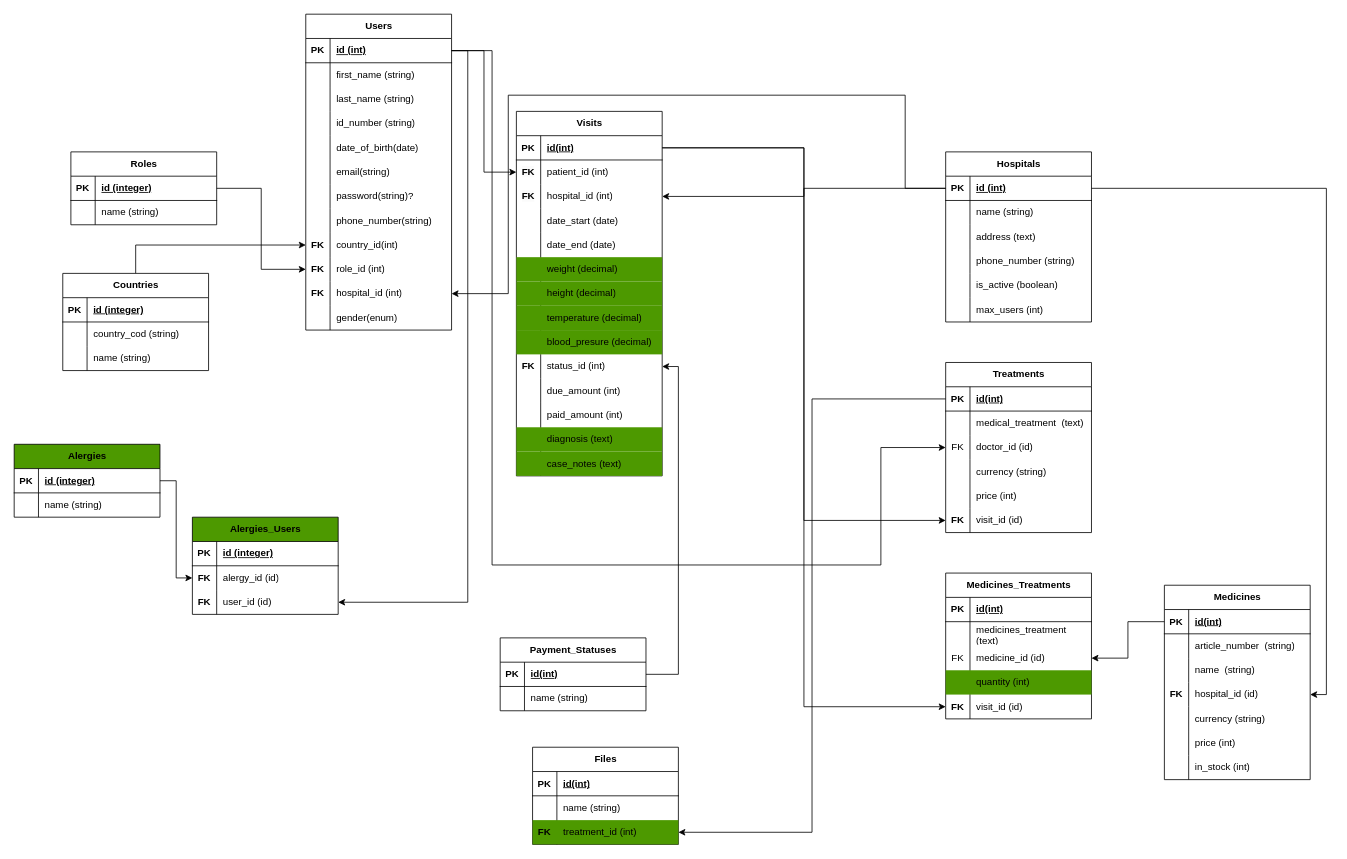
Earlier version of the draw.io diagram Untitled Diagram.drawio (fao30/hospital-management-be). Source tidied: cells renumbered, new cells numbered last; positions are measured from the earlier drawing's top-left corner, leaving out a move shared by most shapes. Both pictures are drawn from the tidied source at 81%, with x=0, y=0 at pixel (14, 14).
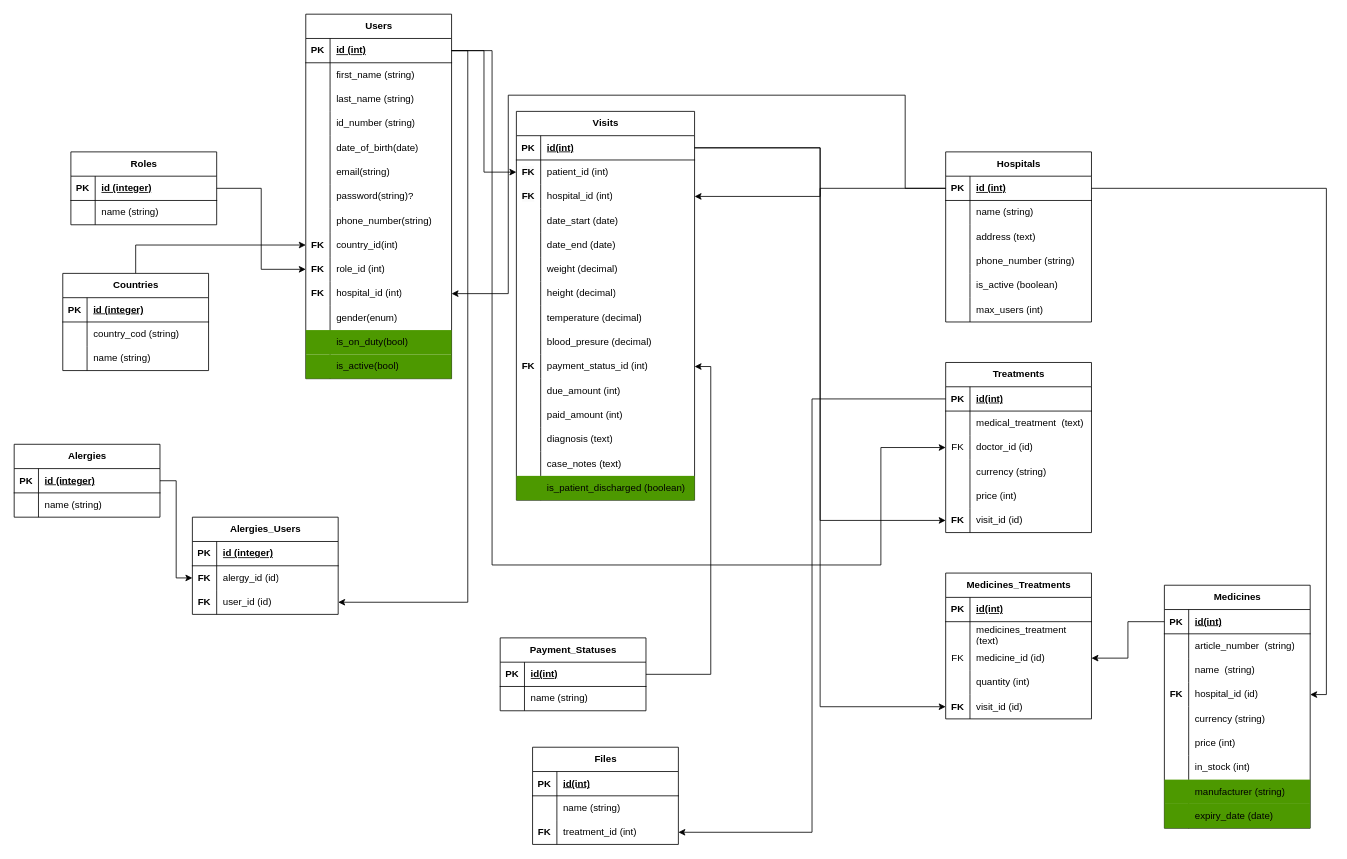
After the change.

Diff of the diagram source:
```diff
@@
     <mxCell id="28" value="Users" style="shape=table;startSize=30;childLayout=tableLayout;rowLines=0;fontStyle=1;align=center;html=1;" parent="1" vertex="1">
-      <mxGeometry x="360" width="180" height="390" as="geometry" />
+      <mxGeometry x="360" width="180" height="450" as="geometry" />
     </mxCell>
@@
+    <mxCell id="223" style="shape=tableRow;horizontal=0;startSize=0;swimlaneHead=0;swimlaneBody=0;fillColor=#4D9900;top=0;left=0;right=0;bottom=0;" parent="28" vertex="1">
+      <mxGeometry y="390" width="180" height="30" as="geometry" />
+    </mxCell>
+    <mxCell id="224" style="shape=partialRectangle;fillColor=none;top=0;left=0;bottom=0;right=0;overflow=hidden;whiteSpace=wrap;html=1;" parent="223" vertex="1">
+      <mxGeometry width="30" height="30" as="geometry" />
+    </mxCell>
+    <mxCell id="225" value="is_on_duty(bool)" style="shape=partialRectangle;fillColor=none;top=0;left=0;bottom=0;right=0;align=left;spacingLeft=6;overflow=hidden;whiteSpace=wrap;html=1;" parent="223" vertex="1">
+      <mxGeometry x="30" width="150" height="30" as="geometry" />
+    </mxCell>
+    <mxCell id="226" style="shape=tableRow;horizontal=0;startSize=0;swimlaneHead=0;swimlaneBody=0;fillColor=#4D9900;top=0;left=0;right=0;bottom=0;" parent="28" vertex="1">
+      <mxGeometry y="420" width="180" height="30" as="geometry" />
+    </mxCell>
+    <mxCell id="227" style="shape=partialRectangle;fillColor=none;top=0;left=0;bottom=0;right=0;overflow=hidden;whiteSpace=wrap;html=1;" parent="226" vertex="1">
+      <mxGeometry width="30" height="30" as="geometry" />
+    </mxCell>
+    <mxCell id="228" value="is_active(bool)" style="shape=partialRectangle;fillColor=none;top=0;left=0;bottom=0;right=0;align=left;spacingLeft=6;overflow=hidden;whiteSpace=wrap;html=1;" parent="226" vertex="1">
+      <mxGeometry x="30" width="150" height="30" as="geometry" />
+    </mxCell>
@@
     <mxCell id="77" value="Visits" style="shape=table;startSize=30;childLayout=tableLayout;rowLines=0;fontStyle=1;align=center;html=1;" parent="1" vertex="1">
-      <mxGeometry x="620" y="120" width="180" height="450" as="geometry" />
+      <mxGeometry x="620" y="120" width="220" height="480" as="geometry" />
     </mxCell>
     <mxCell id="78" style="shape=tableRow;horizontal=0;startSize=0;swimlaneHead=0;swimlaneBody=0;fillColor=none;points=[[0,0.5],[1,0.5]];portConstraint=eastwest;top=0;left=0;right=0;bottom=1;" parent="77" vertex="1">
-      <mxGeometry y="30" width="180" height="30" as="geometry" />
+      <mxGeometry y="30" width="220" height="30" as="geometry" />
     </mxCell>
@@
     <mxCell id="80" value="id(int)" style="shape=partialRectangle;fillColor=none;top=0;left=0;bottom=0;right=0;align=left;spacingLeft=6;fontStyle=5;overflow=hidden;whiteSpace=wrap;html=1;" parent="78" vertex="1">
-      <mxGeometry x="30" width="150" height="30" as="geometry" />
+      <mxGeometry x="30" width="190" height="30" as="geometry" />
     </mxCell>
     <mxCell id="81" style="shape=tableRow;horizontal=0;startSize=0;swimlaneHead=0;swimlaneBody=0;fillColor=none;points=[[0,0.5],[1,0.5]];portConstraint=eastwest;top=0;left=0;right=0;bottom=0;" parent="77" vertex="1">
-      <mxGeometry y="60" width="180" height="30" as="geometry" />
+      <mxGeometry y="60" width="220" height="30" as="geometry" />
     </mxCell>
@@
     <mxCell id="83" value="patient_id (int)" style="shape=partialRectangle;fillColor=none;top=0;left=0;bottom=0;right=0;align=left;spacingLeft=6;overflow=hidden;whiteSpace=wrap;html=1;" parent="81" vertex="1">
-      <mxGeometry x="30" width="150" height="30" as="geometry" />
+      <mxGeometry x="30" width="190" height="30" as="geometry" />
     </mxCell>
     <mxCell id="84" style="shape=tableRow;horizontal=0;startSize=0;swimlaneHead=0;swimlaneBody=0;fillColor=none;points=[[0,0.5],[1,0.5]];portConstraint=eastwest;top=0;left=0;right=0;bottom=0;" parent="77" vertex="1">
-      <mxGeometry y="90" width="180" height="30" as="geometry" />
+      <mxGeometry y="90" width="220" height="30" as="geometry" />
     </mxCell>
@@
     <mxCell id="86" value="hospital_id (int)" style="shape=partialRectangle;fillColor=none;top=0;left=0;bottom=0;right=0;align=left;spacingLeft=6;overflow=hidden;whiteSpace=wrap;html=1;" parent="84" vertex="1">
-      <mxGeometry x="30" width="150" height="30" as="geometry" />
+      <mxGeometry x="30" width="190" height="30" as="geometry" />
     </mxCell>
     <mxCell id="87" style="shape=tableRow;horizontal=0;startSize=0;swimlaneHead=0;swimlaneBody=0;fillColor=none;top=0;left=0;right=0;bottom=0;" parent="77" vertex="1">
-      <mxGeometry y="120" width="180" height="30" as="geometry" />
+      <mxGeometry y="120" width="220" height="30" as="geometry" />
     </mxCell>
@@
     <mxCell id="89" value="date_start (date)" style="shape=partialRectangle;fillColor=none;top=0;left=0;bottom=0;right=0;align=left;spacingLeft=6;overflow=hidden;whiteSpace=wrap;html=1;" parent="87" vertex="1">
-      <mxGeometry x="30" width="150" height="30" as="geometry" />
+      <mxGeometry x="30" width="190" height="30" as="geometry" />
     </mxCell>
     <mxCell id="90" style="shape=tableRow;horizontal=0;startSize=0;swimlaneHead=0;swimlaneBody=0;fillColor=none;top=0;left=0;right=0;bottom=0;" parent="77" vertex="1">
-      <mxGeometry y="150" width="180" height="30" as="geometry" />
+      <mxGeometry y="150" width="220" height="30" as="geometry" />
     </mxCell>
@@
     <mxCell id="92" value="date_end (date)" style="shape=partialRectangle;fillColor=none;top=0;left=0;bottom=0;right=0;align=left;spacingLeft=6;overflow=hidden;whiteSpace=wrap;html=1;" parent="90" vertex="1">
-      <mxGeometry x="30" width="150" height="30" as="geometry" />
+      <mxGeometry x="30" width="190" height="30" as="geometry" />
     </mxCell>
-    <mxCell id="93" style="shape=tableRow;horizontal=0;startSize=0;swimlaneHead=0;swimlaneBody=0;fillColor=#4D9900;top=0;left=0;right=0;bottom=0;" parent="77" vertex="1">
-      <mxGeometry y="180" width="180" height="30" as="geometry" />
+    <mxCell id="93" style="shape=tableRow;horizontal=0;startSize=0;swimlaneHead=0;swimlaneBody=0;fillColor=none;top=0;left=0;right=0;bottom=0;" parent="77" vertex="1">
+      <mxGeometry y="180" width="220" height="30" as="geometry" />
     </mxCell>
@@
     <mxCell id="95" value="weight (decimal)" style="shape=partialRectangle;fillColor=none;top=0;left=0;bottom=0;right=0;align=left;spacingLeft=6;overflow=hidden;whiteSpace=wrap;html=1;" parent="93" vertex="1">
-      <mxGeometry x="30" width="150" height="30" as="geometry" />
+      <mxGeometry x="30" width="190" height="30" as="geometry" />
     </mxCell>
-    <mxCell id="96" style="shape=tableRow;horizontal=0;startSize=0;swimlaneHead=0;swimlaneBody=0;fillColor=#4D9900;top=0;left=0;right=0;bottom=0;" parent="77" vertex="1">
-      <mxGeometry y="210" width="180" height="30" as="geometry" />
+    <mxCell id="96" style="shape=tableRow;horizontal=0;startSize=0;swimlaneHead=0;swimlaneBody=0;fillColor=none;top=0;left=0;right=0;bottom=0;" parent="77" vertex="1">
+      <mxGeometry y="210" width="220" height="30" as="geometry" />
     </mxCell>
@@
     <mxCell id="98" value="height (decimal)" style="shape=partialRectangle;fillColor=none;top=0;left=0;bottom=0;right=0;align=left;spacingLeft=6;overflow=hidden;whiteSpace=wrap;html=1;" parent="96" vertex="1">
-      <mxGeometry x="30" width="150" height="30" as="geometry" />
+      <mxGeometry x="30" width="190" height="30" as="geometry" />
     </mxCell>
-    <mxCell id="99" style="shape=tableRow;horizontal=0;startSize=0;swimlaneHead=0;swimlaneBody=0;fillColor=#4D9900;top=0;left=0;right=0;bottom=0;" parent="77" vertex="1">
-      <mxGeometry y="240" width="180" height="30" as="geometry" />
+    <mxCell id="99" style="shape=tableRow;horizontal=0;startSize=0;swimlaneHead=0;swimlaneBody=0;fillColor=none;top=0;left=0;right=0;bottom=0;" parent="77" vertex="1">
+      <mxGeometry y="240" width="220" height="30" as="geometry" />
     </mxCell>
@@
     <mxCell id="101" value="temperature (decimal)" style="shape=partialRectangle;fillColor=none;top=0;left=0;bottom=0;right=0;align=left;spacingLeft=6;overflow=hidden;whiteSpace=wrap;html=1;" parent="99" vertex="1">
-      <mxGeometry x="30" width="150" height="30" as="geometry" />
+      <mxGeometry x="30" width="190" height="30" as="geometry" />
     </mxCell>
-    <mxCell id="102" style="shape=tableRow;horizontal=0;startSize=0;swimlaneHead=0;swimlaneBody=0;fillColor=#4D9900;top=0;left=0;right=0;bottom=0;" parent="77" vertex="1">
-      <mxGeometry y="270" width="180" height="30" as="geometry" />
+    <mxCell id="102" style="shape=tableRow;horizontal=0;startSize=0;swimlaneHead=0;swimlaneBody=0;fillColor=none;top=0;left=0;right=0;bottom=0;" parent="77" vertex="1">
+      <mxGeometry y="270" width="220" height="30" as="geometry" />
     </mxCell>
@@
     <mxCell id="104" value="blood_presure (decimal)" style="shape=partialRectangle;fillColor=none;top=0;left=0;bottom=0;right=0;align=left;spacingLeft=6;overflow=hidden;whiteSpace=wrap;html=1;" parent="102" vertex="1">
-      <mxGeometry x="30" width="150" height="30" as="geometry" />
+      <mxGeometry x="30" width="190" height="30" as="geometry" />
     </mxCell>
     <mxCell id="105" style="shape=tableRow;horizontal=0;startSize=0;swimlaneHead=0;swimlaneBody=0;fillColor=none;points=[[0,0.5],[1,0.5]];portConstraint=eastwest;top=0;left=0;right=0;bottom=0;" parent="77" vertex="1">
-      <mxGeometry y="300" width="180" height="30" as="geometry" />
+      <mxGeometry y="300" width="220" height="30" as="geometry" />
     </mxCell>
@@
-    <mxCell id="107" value="status_id (int)" style="shape=partialRectangle;fillColor=none;top=0;left=0;bottom=0;right=0;align=left;spacingLeft=6;overflow=hidden;whiteSpace=wrap;html=1;" parent="105" vertex="1">
-      <mxGeometry x="30" width="150" height="30" as="geometry" />
+    <mxCell id="107" value="payment_status_id (int)" style="shape=partialRectangle;fillColor=none;top=0;left=0;bottom=0;right=0;align=left;spacingLeft=6;overflow=hidden;whiteSpace=wrap;html=1;" parent="105" vertex="1">
+      <mxGeometry x="30" width="190" height="30" as="geometry" />
     </mxCell>
     <mxCell id="108" style="shape=tableRow;horizontal=0;startSize=0;swimlaneHead=0;swimlaneBody=0;fillColor=none;top=0;left=0;right=0;bottom=0;" parent="77" vertex="1">
-      <mxGeometry y="330" width="180" height="30" as="geometry" />
+      <mxGeometry y="330" width="220" height="30" as="geometry" />
     </mxCell>
@@
     <mxCell id="110" value="due_amount (int)" style="shape=partialRectangle;fillColor=none;top=0;left=0;bottom=0;right=0;align=left;spacingLeft=6;overflow=hidden;whiteSpace=wrap;html=1;" parent="108" vertex="1">
-      <mxGeometry x="30" width="150" height="30" as="geometry" />
+      <mxGeometry x="30" width="190" height="30" as="geometry" />
     </mxCell>
     <mxCell id="111" style="shape=tableRow;horizontal=0;startSize=0;swimlaneHead=0;swimlaneBody=0;fillColor=none;top=0;left=0;right=0;bottom=0;" parent="77" vertex="1">
-      <mxGeometry y="360" width="180" height="30" as="geometry" />
+      <mxGeometry y="360" width="220" height="30" as="geometry" />
     </mxCell>
@@
     <mxCell id="113" value="paid_amount (int)" style="shape=partialRectangle;fillColor=none;top=0;left=0;bottom=0;right=0;align=left;spacingLeft=6;overflow=hidden;whiteSpace=wrap;html=1;" parent="111" vertex="1">
-      <mxGeometry x="30" width="150" height="30" as="geometry" />
+      <mxGeometry x="30" width="190" height="30" as="geometry" />
     </mxCell>
-    <mxCell id="114" style="shape=tableRow;horizontal=0;startSize=0;swimlaneHead=0;swimlaneBody=0;fillColor=#4D9900;top=0;left=0;right=0;bottom=0;" parent="77" vertex="1">
-      <mxGeometry y="390" width="180" height="30" as="geometry" />
+    <mxCell id="114" style="shape=tableRow;horizontal=0;startSize=0;swimlaneHead=0;swimlaneBody=0;fillColor=none;top=0;left=0;right=0;bottom=0;" parent="77" vertex="1">
+      <mxGeometry y="390" width="220" height="30" as="geometry" />
     </mxCell>
@@
     <mxCell id="116" value="diagnosis (text)" style="shape=partialRectangle;fillColor=none;top=0;left=0;bottom=0;right=0;align=left;spacingLeft=6;overflow=hidden;whiteSpace=wrap;html=1;" parent="114" vertex="1">
-      <mxGeometry x="30" width="150" height="30" as="geometry" />
+      <mxGeometry x="30" width="190" height="30" as="geometry" />
     </mxCell>
-    <mxCell id="117" style="shape=tableRow;horizontal=0;startSize=0;swimlaneHead=0;swimlaneBody=0;fillColor=#4D9900;top=0;left=0;right=0;bottom=0;" parent="77" vertex="1">
-      <mxGeometry y="420" width="180" height="30" as="geometry" />
+    <mxCell id="117" style="shape=tableRow;horizontal=0;startSize=0;swimlaneHead=0;swimlaneBody=0;fillColor=none;top=0;left=0;right=0;bottom=0;" parent="77" vertex="1">
+      <mxGeometry y="420" width="220" height="30" as="geometry" />
     </mxCell>
@@
     <mxCell id="119" value="case_notes (text)" style="shape=partialRectangle;fillColor=none;top=0;left=0;bottom=0;right=0;align=left;spacingLeft=6;overflow=hidden;whiteSpace=wrap;html=1;" parent="117" vertex="1">
-      <mxGeometry x="30" width="150" height="30" as="geometry" />
+      <mxGeometry x="30" width="190" height="30" as="geometry" />
     </mxCell>
+    <mxCell id="229" style="shape=tableRow;horizontal=0;startSize=0;swimlaneHead=0;swimlaneBody=0;fillColor=#4D9900;top=0;left=0;right=0;bottom=0;" parent="77" vertex="1">
+      <mxGeometry y="450" width="220" height="30" as="geometry" />
+    </mxCell>
+    <mxCell id="230" style="shape=partialRectangle;fillColor=none;top=0;left=0;bottom=0;right=0;overflow=hidden;whiteSpace=wrap;html=1;" parent="229" vertex="1">
+      <mxGeometry width="30" height="30" as="geometry" />
+    </mxCell>
+    <mxCell id="231" value="is_patient_discharged (boolean)" style="shape=partialRectangle;fillColor=none;top=0;left=0;bottom=0;right=0;align=left;spacingLeft=6;overflow=hidden;whiteSpace=wrap;html=1;" parent="229" vertex="1">
+      <mxGeometry x="30" width="190" height="30" as="geometry" />
+    </mxCell>
@@
     <mxCell id="151" value="Medicines" style="shape=table;startSize=30;childLayout=tableLayout;rowLines=0;fontStyle=1;align=center;html=1;" parent="1" vertex="1">
-      <mxGeometry x="1420" y="705" width="180" height="240" as="geometry" />
+      <mxGeometry x="1420" y="705" width="180" height="300" as="geometry" />
     </mxCell>
@@
+    <mxCell id="232" style="shape=tableRow;horizontal=0;startSize=0;swimlaneHead=0;swimlaneBody=0;fillColor=#4D9900;top=0;left=0;right=0;bottom=0;" parent="151" vertex="1">
+      <mxGeometry y="240" width="180" height="30" as="geometry" />
+    </mxCell>
+    <mxCell id="233" style="shape=partialRectangle;fillColor=none;top=0;left=0;bottom=0;right=0;overflow=hidden;whiteSpace=wrap;html=1;" parent="232" vertex="1">
+      <mxGeometry width="30" height="30" as="geometry" />
+    </mxCell>
+    <mxCell id="234" value="&lt;span style=&quot;&quot;&gt;manufacturer&lt;/span&gt;&amp;nbsp;(string)" style="shape=partialRectangle;fillColor=none;top=0;left=0;bottom=0;right=0;align=left;spacingLeft=6;overflow=hidden;whiteSpace=wrap;html=1;" parent="232" vertex="1">
+      <mxGeometry x="30" width="150" height="30" as="geometry" />
+    </mxCell>
+    <mxCell id="235" style="shape=tableRow;horizontal=0;startSize=0;swimlaneHead=0;swimlaneBody=0;fillColor=#4D9900;top=0;left=0;right=0;bottom=0;" parent="151" vertex="1">
+      <mxGeometry y="270" width="180" height="30" as="geometry" />
+    </mxCell>
+    <mxCell id="236" style="shape=partialRectangle;fillColor=none;top=0;left=0;bottom=0;right=0;overflow=hidden;whiteSpace=wrap;html=1;" parent="235" vertex="1">
+      <mxGeometry width="30" height="30" as="geometry" />
+    </mxCell>
+    <mxCell id="237" value="&lt;span style=&quot;&quot;&gt;expiry_date (date)&lt;/span&gt;" style="shape=partialRectangle;fillColor=none;top=0;left=0;bottom=0;right=0;align=left;spacingLeft=6;overflow=hidden;whiteSpace=wrap;html=1;" parent="235" vertex="1">
+      <mxGeometry x="30" width="150" height="30" as="geometry" />
+    </mxCell>
@@
-    <mxCell id="174" value="Medicines_Treatments" style="shape=table;startSize=30;childLayout=tableLayout;rowLines=0;fontStyle=1;align=center;html=1;" parent="1" vertex="1">
+    <mxCell id="174" value="Medicines_Treatments" style="shape=table;startSize=30;childLayout=tableLayout;rowLines=0;fontStyle=1;align=center;html=1;fillColor=none;" parent="1" vertex="1">
       <mxGeometry x="1150" y="690" width="180" height="180" as="geometry" />
     </mxCell>
@@
-    <mxCell id="184" style="shape=tableRow;horizontal=0;startSize=0;swimlaneHead=0;swimlaneBody=0;fillColor=#4D9900;top=0;left=0;right=0;bottom=0;strokeColor=#4D9900;" parent="174" vertex="1">
+    <mxCell id="184" style="shape=tableRow;horizontal=0;startSize=0;swimlaneHead=0;swimlaneBody=0;fillColor=none;top=0;left=0;right=0;bottom=0;strokeColor=#4D9900;" parent="174" vertex="1">
       <mxGeometry y="120" width="180" height="30" as="geometry" />
     </mxCell>
@@
-    <mxCell id="192" value="Files" style="shape=table;startSize=30;childLayout=tableLayout;rowLines=0;fontStyle=1;align=center;html=1;" parent="1" vertex="1">
+    <mxCell id="192" value="Files" style="shape=table;startSize=30;childLayout=tableLayout;rowLines=0;fontStyle=1;align=center;html=1;fillColor=none;" parent="1" vertex="1">
       <mxGeometry x="640" y="905" width="180" height="120" as="geometry" />
     </mxCell>
@@
-    <mxCell id="199" style="shape=tableRow;horizontal=0;startSize=0;swimlaneHead=0;swimlaneBody=0;fillColor=#4D9900;points=[[0,0.5],[1,0.5]];portConstraint=eastwest;top=0;left=0;right=0;bottom=0;" parent="192" vertex="1">
+    <mxCell id="199" style="shape=tableRow;horizontal=0;startSize=0;swimlaneHead=0;swimlaneBody=0;fillColor=none;points=[[0,0.5],[1,0.5]];portConstraint=eastwest;top=0;left=0;right=0;bottom=0;" parent="192" vertex="1">
       <mxGeometry y="90" width="180" height="30" as="geometry" />
     </mxCell>
@@
-    <mxCell id="203" value="Alergies" style="shape=table;startSize=30;childLayout=tableLayout;rowLines=0;fontStyle=1;align=center;html=1;fillColor=#4D9900;" parent="1" vertex="1">
+    <mxCell id="203" value="Alergies" style="shape=table;startSize=30;childLayout=tableLayout;rowLines=0;fontStyle=1;align=center;html=1;fillColor=none;" parent="1" vertex="1">
       <mxGeometry y="531" width="180" height="90" as="geometry" />
     </mxCell>
@@
-    <mxCell id="210" value="Alergies_Users" style="shape=table;startSize=30;childLayout=tableLayout;rowLines=0;fontStyle=1;align=center;html=1;fillColor=#4D9900;" parent="1" vertex="1">
+    <mxCell id="210" value="Alergies_Users" style="shape=table;startSize=30;childLayout=tableLayout;rowLines=0;fontStyle=1;align=center;html=1;fillColor=none;" parent="1" vertex="1">
       <mxGeometry x="220" y="621" width="180" height="120" as="geometry" />
     </mxCell>
```
